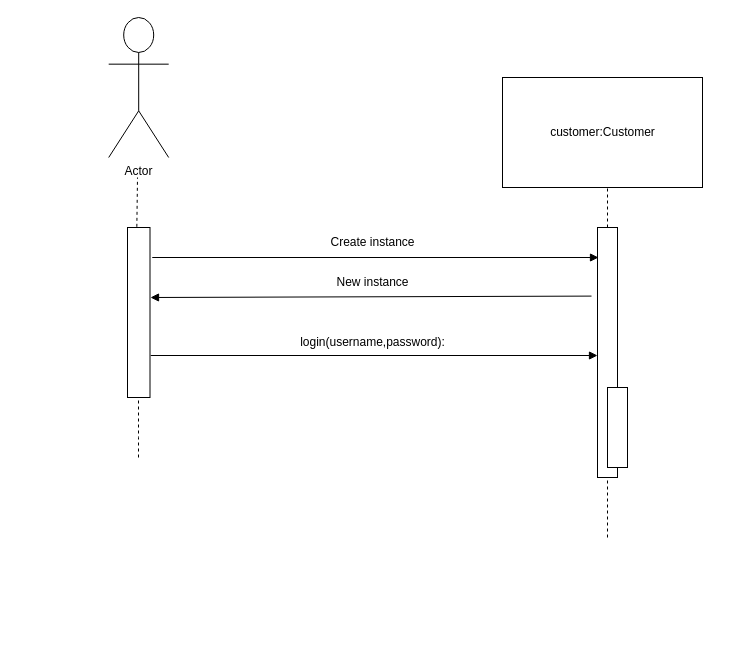
ikha496/Event-Management-System keeps this draw.io diagram as page "Sequence Diagram" (5 of 5) of Event Managment System Diagrams.drawio. Above is the earlier version. Source tidied: cells renumbered, new cells numbered last; positions are measured from the earlier drawing's top-left corner, leaving out a move shared by most shapes. Both pictures are drawn from the tidied source at 100%, with x=0, y=0 at pixel (108, 17).
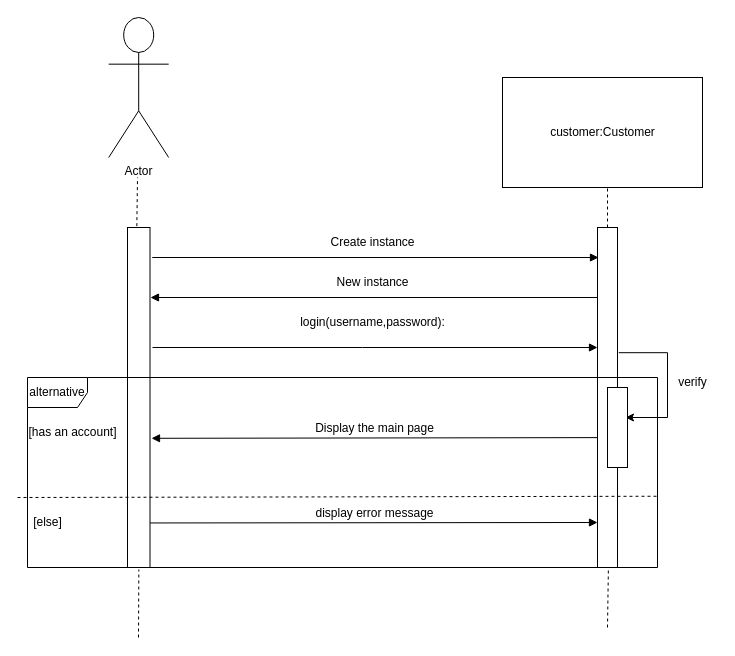
Above is the later version.

Commit message:
sequence diagram update

Diff of the diagram source:
```diff
@@
     <mxCell id="6" style="html=1;points=[];perimeter=orthogonalPerimeter;" parent="1" vertex="1">
-      <mxGeometry x="19" y="210" width="22.5" height="170" as="geometry" />
+      <mxGeometry x="19" y="210" width="22.5" height="340" as="geometry" />
     </mxCell>
-    <mxCell id="7" style="endArrow=none;dashed=1;html=1;rounded=0;" parent="1" edge="1" target="6">
-      <mxGeometry relative="1" as="geometry">
-        <mxPoint x="30" y="440" as="sourcePoint" />
-        <Array as="points">
-          <mxPoint x="30" y="420" />
-        </Array>
-      </mxGeometry>
-    </mxCell>
+    <mxCell id="17" style="edgeStyle=orthogonalEdgeStyle;rounded=0;orthogonalLoop=1;jettySize=auto;html=1;fontSize=12;exitX=1.167;exitY=0.501;exitDx=0;exitDy=0;exitPerimeter=0;" parent="1" edge="1">
+      <mxGeometry relative="1" as="geometry">
+        <mxPoint x="510.3" y="335.2" as="sourcePoint" />
+        <mxPoint x="517" y="400" as="targetPoint" />
+        <Array as="points">
+          <mxPoint x="559" y="335" />
+          <mxPoint x="559" y="400" />
+        </Array>
+      </mxGeometry>
+    </mxCell>
     <mxCell id="8" style="html=1;points=[];perimeter=orthogonalPerimeter;" parent="1" vertex="1">
-      <mxGeometry x="489" y="210" width="20" height="250" as="geometry" />
+      <mxGeometry x="489" y="210" width="20" height="340" as="geometry" />
     </mxCell>
-    <mxCell id="9" style="endArrow=none;dashed=1;html=1;rounded=0;" parent="1" edge="1" target="8">
-      <mxGeometry relative="1" as="geometry">
-        <mxPoint x="499" y="520" as="sourcePoint" />
-        <Array as="points">
-          <mxPoint x="499" y="480" />
-        </Array>
-      </mxGeometry>
-    </mxCell>
@@
-    <mxCell id="12" style="html=1;verticalAlign=bottom;endArrow=block;rounded=0;exitX=-0.4;exitY=0.312;exitDx=0;exitDy=0;exitPerimeter=0;" parent="1" edge="1">
+    <mxCell id="12" style="html=1;verticalAlign=bottom;endArrow=block;rounded=0;" parent="1" edge="1">
       <mxGeometry x="-0.08" y="-10" relative="1" as="geometry">
-        <mxPoint x="483" y="278.6" as="sourcePoint" />
+        <mxPoint x="489" y="280" as="sourcePoint" />
         <mxPoint x="42" y="280" as="targetPoint" />
       </mxGeometry>
     </mxCell>
@@
     <mxCell id="14" value="login(username,password):" style="text;html=1;align=center;verticalAlign=middle;strokeColor=none;fillColor=none;fontSize=12;" parent="1" vertex="1">
-      <mxGeometry x="179" y="310" width="170" height="30" as="geometry" />
+      <mxGeometry x="179" y="290" width="170" height="30" as="geometry" />
     </mxCell>
-    <mxCell id="15" style="html=1;verticalAlign=bottom;endArrow=block;rounded=0;fontSize=12;exitX=1.033;exitY=0.753;exitDx=0;exitDy=0;exitPerimeter=0;" parent="1" edge="1" source="6">
-      <mxGeometry x="0.69" y="-142" relative="1" as="geometry">
-        <mxPoint x="489" y="338" as="targetPoint" />
-      </mxGeometry>
-    </mxCell>
@@
+    <mxCell id="18" value="verify" style="text;html=1;align=center;verticalAlign=middle;strokeColor=none;fillColor=none;fontSize=12;" parent="1" vertex="1">
+      <mxGeometry x="559" y="350" width="50" height="30" as="geometry" />
+    </mxCell>
+    <mxCell id="19" style="endArrow=none;dashed=1;html=1;rounded=0;fontSize=12;entryX=0.504;entryY=1.006;entryDx=0;entryDy=0;entryPerimeter=0;" parent="1" edge="1" target="6">
+      <mxGeometry relative="1" as="geometry">
+        <mxPoint x="30" y="620" as="sourcePoint" />
+      </mxGeometry>
+    </mxCell>
+    <mxCell id="20" style="endArrow=none;dashed=1;html=1;rounded=0;fontSize=12;entryX=1.003;entryY=0.625;entryDx=0;entryDy=0;entryPerimeter=0;" parent="1" edge="1" target="22">
+      <mxGeometry relative="1" as="geometry">
+        <mxPoint x="-91" y="480" as="sourcePoint" />
+      </mxGeometry>
+    </mxCell>
+    <mxCell id="21" style="endArrow=none;dashed=1;html=1;rounded=0;fontSize=12;entryX=0.922;entryY=1.014;entryDx=0;entryDy=0;entryPerimeter=0;" parent="1" edge="1" target="22">
+      <mxGeometry relative="1" as="geometry">
+        <mxPoint x="499" y="610" as="sourcePoint" />
+      </mxGeometry>
+    </mxCell>
+    <mxCell id="22" value="alternative" style="shape=umlFrame;whiteSpace=wrap;html=1;fontSize=12;" parent="1" vertex="1">
+      <mxGeometry x="-81" y="360" width="630" height="190" as="geometry" />
+    </mxCell>
+    <mxCell id="23" style="html=1;verticalAlign=bottom;endArrow=block;rounded=0;fontSize=12;" parent="1" edge="1">
+      <mxGeometry relative="1" as="geometry">
+        <mxPoint x="44" y="330" as="sourcePoint" />
+        <mxPoint x="489" y="330" as="targetPoint" />
+        <Array as="points">
+          <mxPoint x="254" y="330" />
+        </Array>
+      </mxGeometry>
+    </mxCell>
+    <mxCell id="24" value="[has an account]" style="text;html=1;align=center;verticalAlign=middle;strokeColor=none;fillColor=none;fontSize=12;" parent="1" vertex="1">
+      <mxGeometry x="-91" y="400" width="110" height="30" as="geometry" />
+    </mxCell>
+    <mxCell id="25" value="[else]" style="text;html=1;align=center;verticalAlign=middle;strokeColor=none;fillColor=none;fontSize=12;" parent="1" vertex="1">
+      <mxGeometry x="-86" y="490" width="50" height="30" as="geometry" />
+    </mxCell>
+    <mxCell id="26" value="Display the main page" style="html=1;verticalAlign=bottom;endArrow=block;rounded=0;fontSize=12;exitX=0;exitY=0.618;exitDx=0;exitDy=0;exitPerimeter=0;entryX=1.067;entryY=0.62;entryDx=0;entryDy=0;entryPerimeter=0;" parent="1" edge="1" source="8" target="6">
+      <mxGeometry relative="1" as="geometry" />
+    </mxCell>
+    <mxCell id="27" value="display error message" style="html=1;verticalAlign=bottom;endArrow=block;rounded=0;fontSize=12;exitX=1.007;exitY=0.869;exitDx=0;exitDy=0;exitPerimeter=0;" parent="1" edge="1" source="6">
+      <mxGeometry relative="1" as="geometry">
+        <mxPoint x="489" y="505" as="targetPoint" />
+      </mxGeometry>
+    </mxCell>
```
